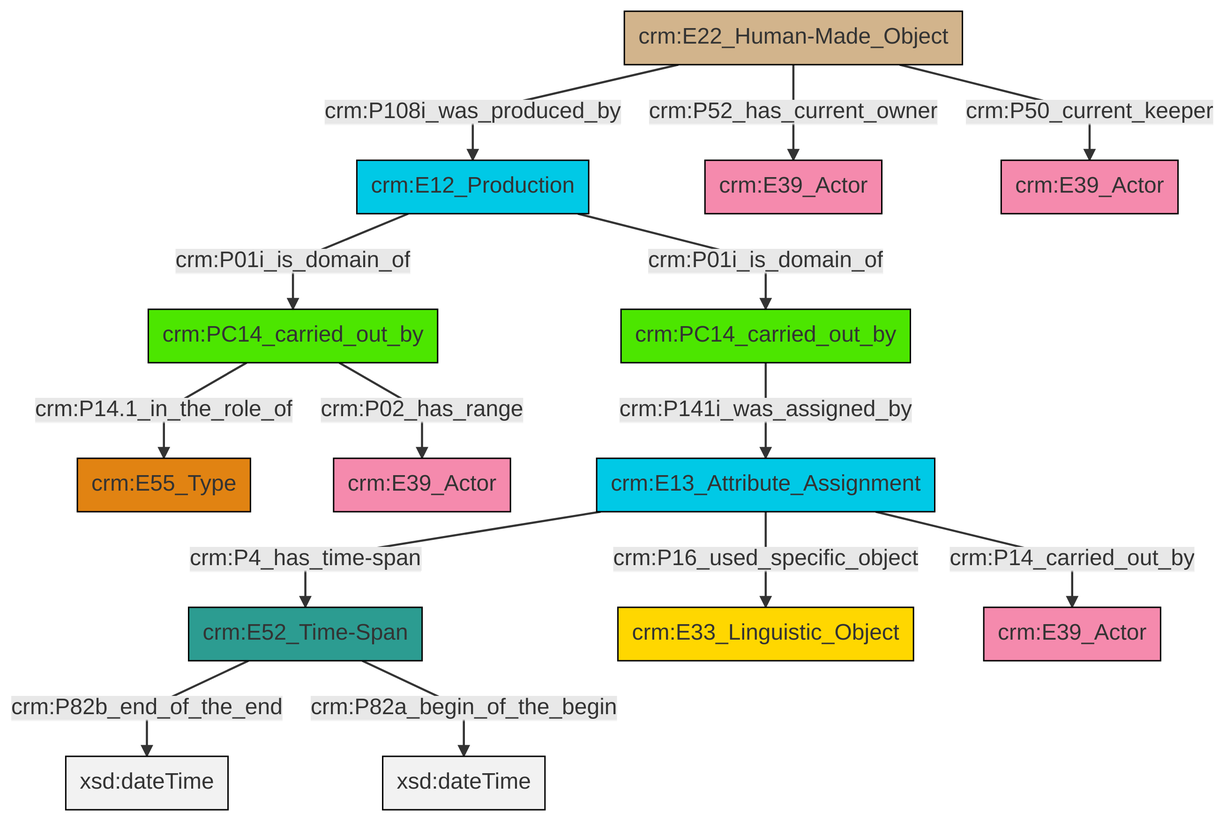
This is et/carrierCSV/ttl/mmd/png/carrier_relations.png from swiss-art-research-net/docs.swissartresearch, a Mermaid export, as it was before one commit. Its source is kept beside it as et/carrierCSV/ttl/mmd/carrier_relations.ttl.mmd.
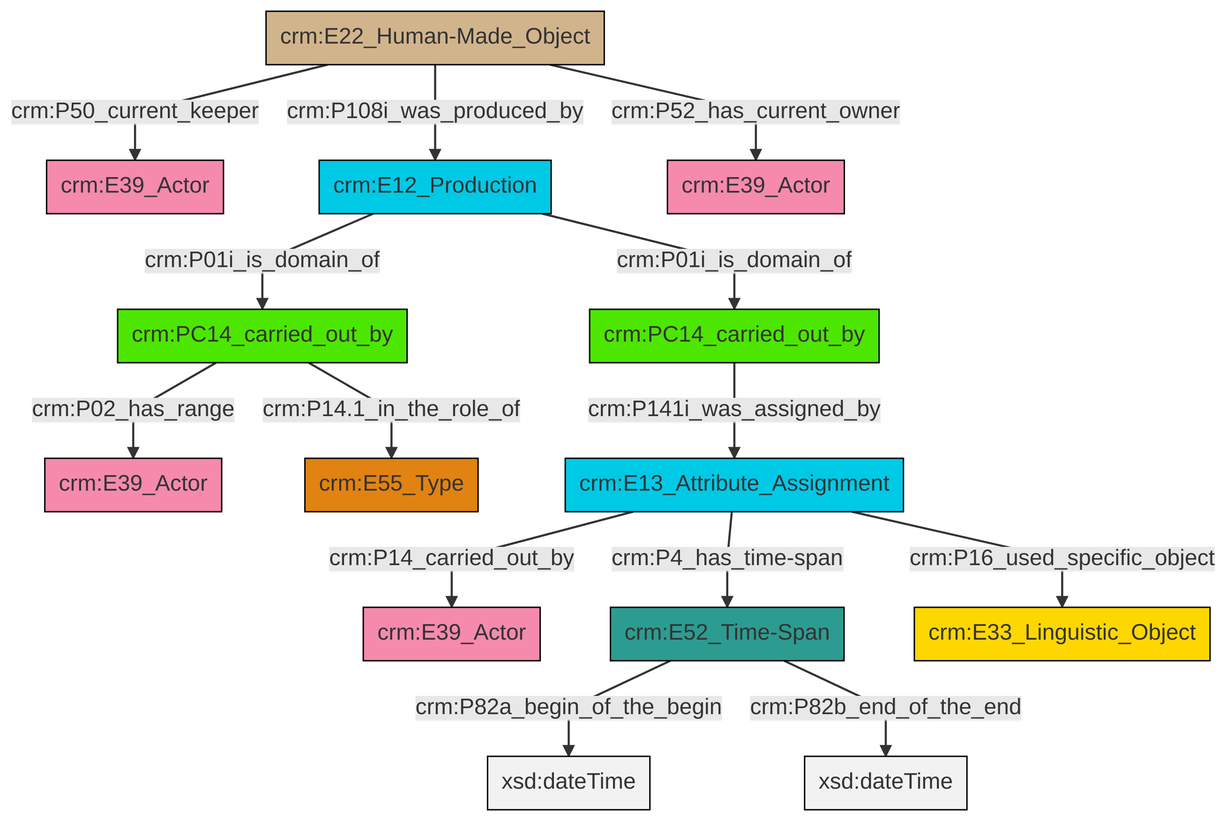
Later version of the same file.

What changed in the source:
```diff
@@ -13,16 +13,16 @@
 classDef PC_Classes fill:#4ce600, stroke:#000000;
 classDef Multi fill:#cccccc,stroke:#000000;
 
-2["crm:E52_Time-Span"]:::Time-Span -->|crm:P82b_end_of_the_end| 3[xsd:dateTime]:::Literal
-4["crm:PC14_carried_out_by"]:::PC_Classes -->|crm:P14.1_in_the_role_of| 5["crm:E55_Type"]:::Type
-8["crm:E22_Human-Made_Object"]:::Physical_Thing -->|crm:P108i_was_produced_by| 6["crm:E12_Production"]:::Temporal_Entity
-9["crm:E13_Attribute_Assignment"]:::Temporal_Entity -->|crm:P4_has_time-span| 2["crm:E52_Time-Span"]:::Time-Span
-4["crm:PC14_carried_out_by"]:::PC_Classes -->|crm:P02_has_range| 13["crm:E39_Actor"]:::Actor
-2["crm:E52_Time-Span"]:::Time-Span -->|crm:P82a_begin_of_the_begin| 15[xsd:dateTime]:::Literal
-11["crm:PC14_carried_out_by"]:::PC_Classes -->|crm:P141i_was_assigned_by| 9["crm:E13_Attribute_Assignment"]:::Temporal_Entity
-9["crm:E13_Attribute_Assignment"]:::Temporal_Entity -->|crm:P16_used_specific_object| 18["crm:E33_Linguistic_Object"]:::Conceptual_Object
-6["crm:E12_Production"]:::Temporal_Entity -->|crm:P01i_is_domain_of| 4["crm:PC14_carried_out_by"]:::PC_Classes
-8["crm:E22_Human-Made_Object"]:::Physical_Thing -->|crm:P52_has_current_owner| 22["crm:E39_Actor"]:::Actor
-8["crm:E22_Human-Made_Object"]:::Physical_Thing -->|crm:P50_current_keeper| 0["crm:E39_Actor"]:::Actor
-6["crm:E12_Production"]:::Temporal_Entity -->|crm:P01i_is_domain_of| 11["crm:PC14_carried_out_by"]:::PC_Classes
-9["crm:E13_Attribute_Assignment"]:::Temporal_Entity -->|crm:P14_carried_out_by| 16["crm:E39_Actor"]:::Actor
+4["crm:E52_Time-Span"]:::Time-Span -->|crm:P82a_begin_of_the_begin| 5[xsd:dateTime]:::Literal
+10["crm:E13_Attribute_Assignment"]:::Temporal_Entity -->|crm:P14_carried_out_by| 0["crm:E39_Actor"]:::Actor
+8["crm:PC14_carried_out_by"]:::PC_Classes -->|crm:P02_has_range| 6["crm:E39_Actor"]:::Actor
+2["crm:PC14_carried_out_by"]:::PC_Classes -->|crm:P141i_was_assigned_by| 10["crm:E13_Attribute_Assignment"]:::Temporal_Entity
+8["crm:PC14_carried_out_by"]:::PC_Classes -->|crm:P14.1_in_the_role_of| 16["crm:E55_Type"]:::Type
+10["crm:E13_Attribute_Assignment"]:::Temporal_Entity -->|crm:P4_has_time-span| 4["crm:E52_Time-Span"]:::Time-Span
+19["crm:E22_Human-Made_Object"]:::Physical_Thing -->|crm:P50_current_keeper| 17["crm:E39_Actor"]:::Actor
+14["crm:E12_Production"]:::Temporal_Entity -->|crm:P01i_is_domain_of| 8["crm:PC14_carried_out_by"]:::PC_Classes
+19["crm:E22_Human-Made_Object"]:::Physical_Thing -->|crm:P108i_was_produced_by| 14["crm:E12_Production"]:::Temporal_Entity
+19["crm:E22_Human-Made_Object"]:::Physical_Thing -->|crm:P52_has_current_owner| 21["crm:E39_Actor"]:::Actor
+14["crm:E12_Production"]:::Temporal_Entity -->|crm:P01i_is_domain_of| 2["crm:PC14_carried_out_by"]:::PC_Classes
+4["crm:E52_Time-Span"]:::Time-Span -->|crm:P82b_end_of_the_end| 25[xsd:dateTime]:::Literal
+10["crm:E13_Attribute_Assignment"]:::Temporal_Entity -->|crm:P16_used_specific_object| 12["crm:E33_Linguistic_Object"]:::Conceptual_Object
```
